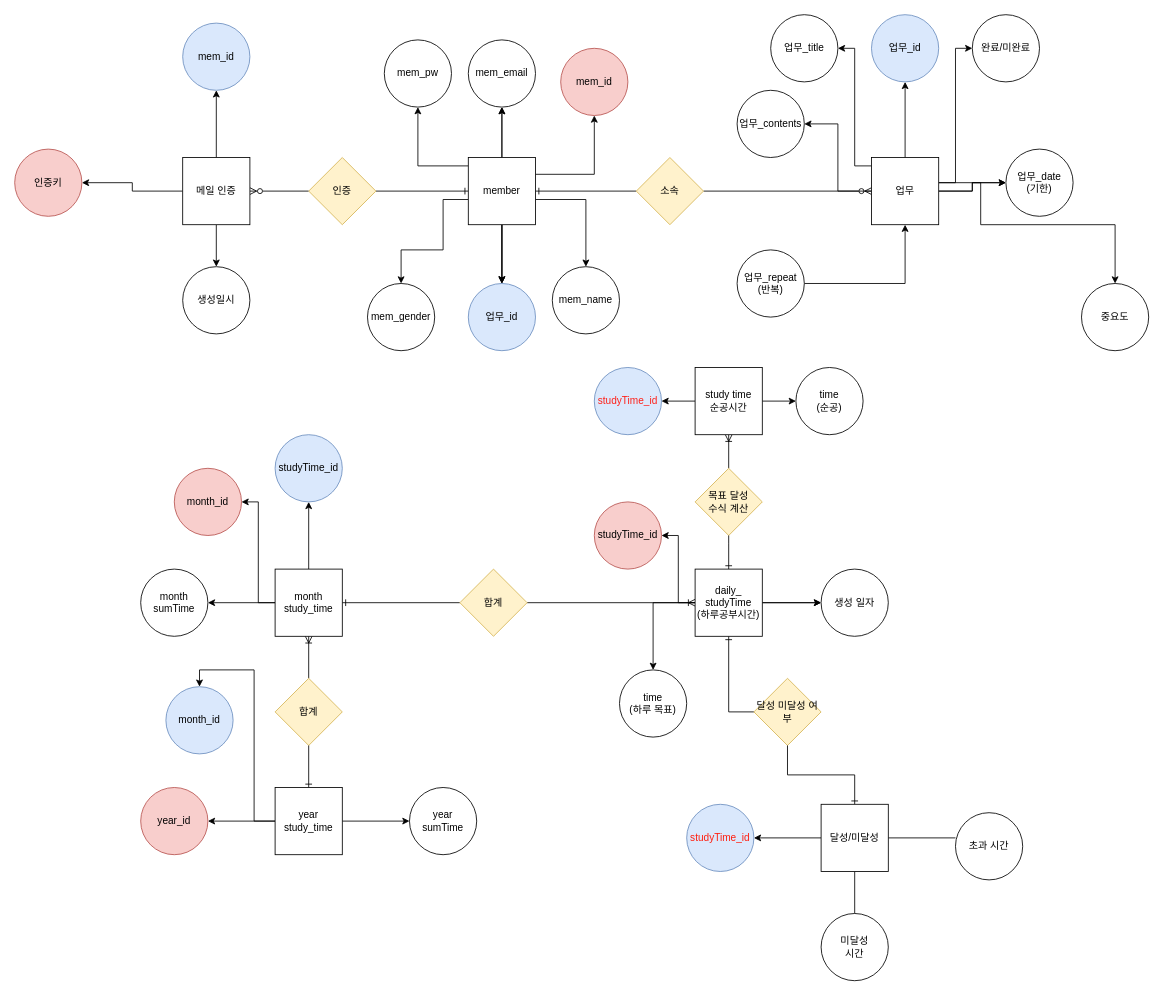
Above: teacher/10_minute.drawio in Cheyoung0203/kimbug-training (draw.io), before the change. Source tidied: cells renumbered, new cells numbered last; positions are measured from the earlier drawing's top-left corner, leaving out a move shared by most shapes. Both pictures are drawn from the tidied source at 84%, with x=0, y=0 at pixel (14, 14).
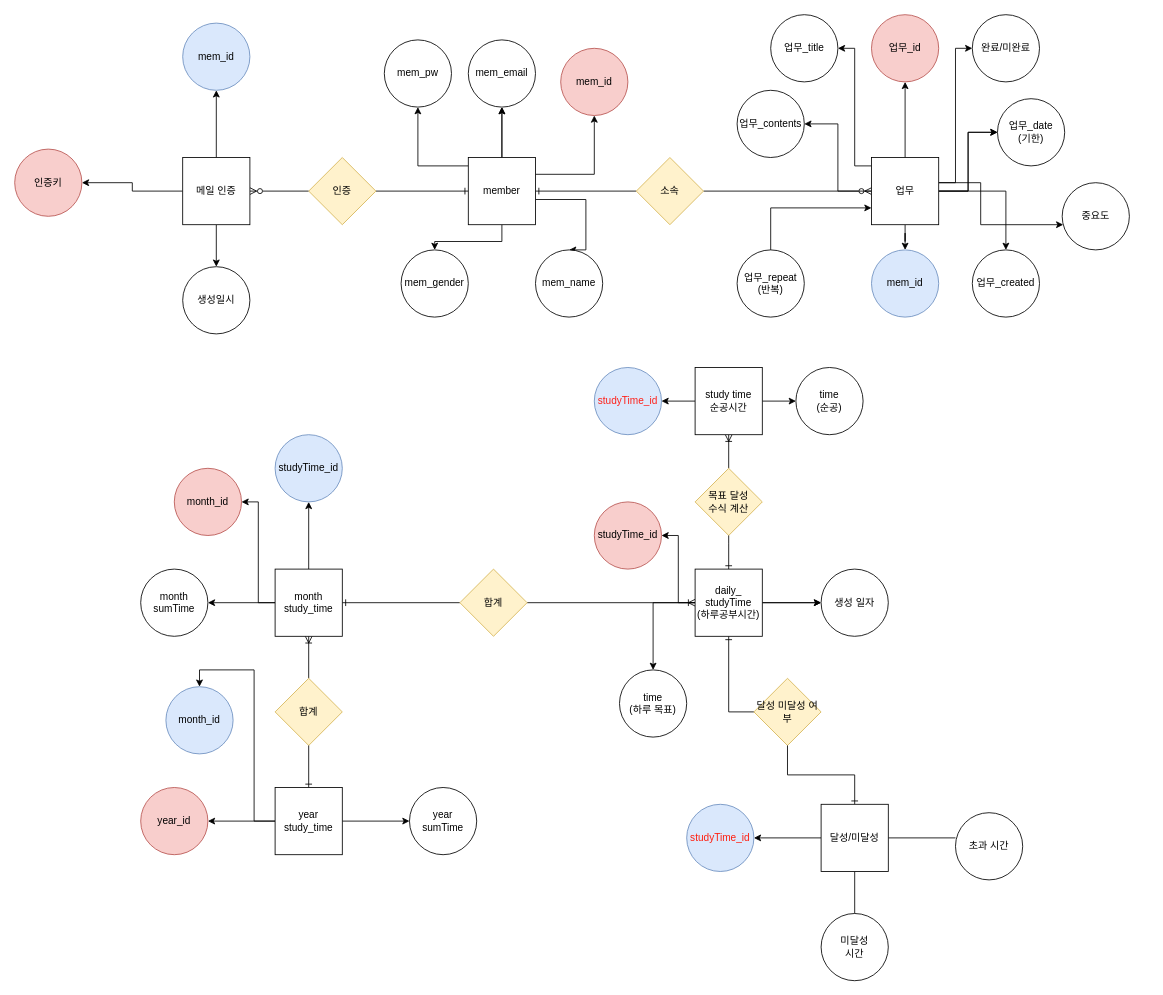
The same page after the edit.

The change refers to these unchanged cells:
```xml
<mxCell id="10" value="업무" style="whiteSpace=wrap;html=1;" parent="1" vertex="1">
  <mxGeometry x="1020" y="170" width="80" height="80" as="geometry" />
</mxCell>
<mxCell id="16" value="업무_repeat&lt;br&gt;(반복)" style="ellipse;whiteSpace=wrap;html=1;" parent="1" vertex="1">
  <mxGeometry x="860" y="280" width="80" height="80" as="geometry" />
</mxCell>
<mxCell id="84" value="member" style="whiteSpace=wrap;html=1;" parent="1" vertex="1">
  <mxGeometry x="540" y="170" width="80" height="80" as="geometry" />
</mxCell>
```

The edit, as a diff of the source:
```diff
@@
+    <mxCell id="93" style="edgeStyle=orthogonalEdgeStyle;rounded=0;jettySize=auto;html=1;" parent="1" edge="1" source="10" target="95">
+      <mxGeometry relative="1" as="geometry" />
+    </mxCell>
+    <mxCell id="94" style="edgeStyle=orthogonalEdgeStyle;rounded=0;jettySize=auto;html=1;" parent="1" edge="1" source="10" target="96">
+      <mxGeometry relative="1" as="geometry" />
+    </mxCell>
@@
-    <mxCell id="11" value="업무_id" style="ellipse;whiteSpace=wrap;html=1;fillColor=#dae8fc;strokeColor=#6c8ebf;" parent="1" vertex="1">
+    <mxCell id="11" value="업무_id" style="ellipse;whiteSpace=wrap;html=1;fillColor=#f8cecc;strokeColor=#b85450;" parent="1" vertex="1">
       <mxGeometry x="1020" width="80" height="80" as="geometry" />
     </mxCell>
@@
     <mxCell id="14" value="업무_date&lt;br&gt;(기한)" style="ellipse;whiteSpace=wrap;html=1;" parent="1" vertex="1">
-      <mxGeometry x="1180" y="160" width="80" height="80" as="geometry" />
+      <mxGeometry x="1170" y="100" width="80" height="80" as="geometry" />
     </mxCell>
     <mxCell id="15" style="edgeStyle=orthogonalEdgeStyle;rounded=0;jettySize=auto;html=1;" parent="1" edge="1" source="16" target="10">
-      <mxGeometry relative="1" as="geometry" />
+      <mxGeometry relative="1" as="geometry">
+        <Array as="points">
+          <mxPoint x="900" y="230" />
+        </Array>
+      </mxGeometry>
     </mxCell>
@@
     <mxCell id="18" value="중요도" style="ellipse;whiteSpace=wrap;html=1;" parent="1" vertex="1">
-      <mxGeometry x="1270" y="320" width="80" height="80" as="geometry" />
+      <mxGeometry x="1247" y="200" width="80" height="80" as="geometry" />
     </mxCell>
@@
-    <mxCell id="74" style="edgeStyle=orthogonalEdgeStyle;rounded=0;jettySize=auto;html=1;entryX=0.5;entryY=0;entryDx=0;entryDy=0;" parent="1" edge="1" source="84" target="85">
-      <mxGeometry relative="1" as="geometry" />
-    </mxCell>
-    <mxCell id="75" style="edgeStyle=orthogonalEdgeStyle;rounded=0;jettySize=auto;html=1;entryX=0.5;entryY=0;entryDx=0;entryDy=0;" parent="1" edge="1" source="84" target="86">
-      <mxGeometry relative="1" as="geometry">
-        <Array as="points">
-          <mxPoint x="510" y="220" />
-          <mxPoint x="510" y="280" />
-          <mxPoint x="460" y="280" />
-        </Array>
-      </mxGeometry>
-    </mxCell>
@@
-    <mxCell id="82" style="edgeStyle=orthogonalEdgeStyle;rounded=0;jettySize=auto;html=1;" parent="1" edge="1" source="84" target="85">
-      <mxGeometry relative="1" as="geometry" />
-    </mxCell>
-    <mxCell id="83" style="edgeStyle=orthogonalEdgeStyle;rounded=0;jettySize=auto;html=1;" parent="1" edge="1" source="84" target="85">
-      <mxGeometry relative="1" as="geometry" />
-    </mxCell>
+    <mxCell id="75" style="edgeStyle=orthogonalEdgeStyle;rounded=0;jettySize=auto;html=1;entryX=0.5;entryY=0;entryDx=0;entryDy=0;" parent="1" edge="1" source="84" target="86">
+      <mxGeometry relative="1" as="geometry">
+        <Array as="points">
+          <mxPoint x="580" y="270" />
+          <mxPoint x="500" y="270" />
+        </Array>
+      </mxGeometry>
+    </mxCell>
@@
-    <mxCell id="85" value="업무_id" style="ellipse;whiteSpace=wrap;html=1;fillColor=#dae8fc;strokeColor=#6c8ebf;" parent="1" vertex="1">
-      <mxGeometry x="540" y="320" width="80" height="80" as="geometry" />
-    </mxCell>
     <mxCell id="86" value="mem_gender" style="ellipse;whiteSpace=wrap;html=1;" parent="1" vertex="1">
-      <mxGeometry x="420" y="320" width="80" height="80" as="geometry" />
+      <mxGeometry x="460" y="280" width="80" height="80" as="geometry" />
     </mxCell>
@@
     <mxCell id="88" value="mem_name" style="ellipse;whiteSpace=wrap;html=1;" parent="1" vertex="1">
-      <mxGeometry x="640" y="300" width="80" height="80" as="geometry" />
+      <mxGeometry x="620" y="280" width="80" height="80" as="geometry" />
     </mxCell>
@@
+    <mxCell id="95" value="업무_created" style="ellipse;whiteSpace=wrap;html=1;" parent="1" vertex="1">
+      <mxGeometry x="1140" y="280" width="80" height="80" as="geometry" />
+    </mxCell>
+    <mxCell id="96" value="mem_id" style="ellipse;whiteSpace=wrap;html=1;fillColor=#dae8fc;strokeColor=#6c8ebf;" parent="1" vertex="1">
+      <mxGeometry x="1020" y="280" width="80" height="80" as="geometry" />
+    </mxCell>
```
